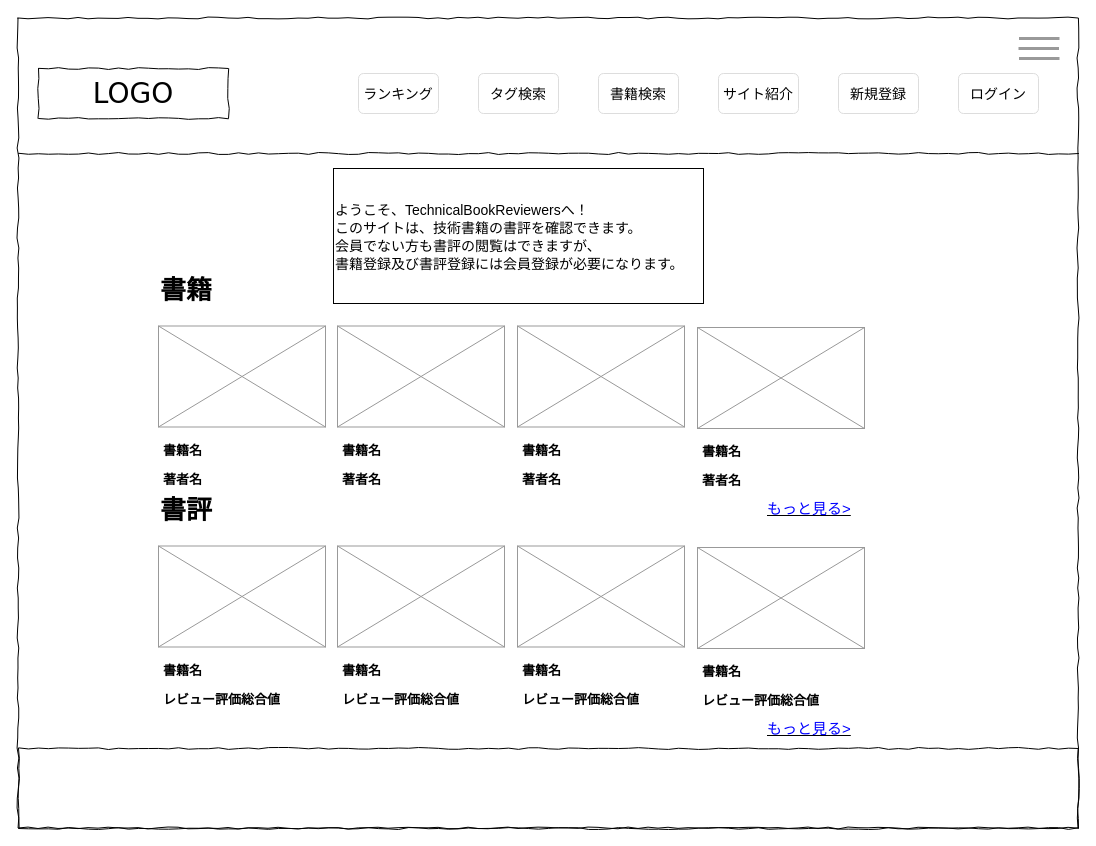
MitsuruYako/TechnicalBookReviewers keeps this draw.io diagram as page "トップページ" (1 of 21) of wire_TechnicalBookReviewers_user.drawio. Above is the earlier version. Source tidied: cells renumbered, new cells numbered last; positions are measured from the earlier drawing's top-left corner, leaving out a move shared by most shapes. Both pictures are drawn from the tidied source at 100%, with x=0, y=0 at pixel (18, 18).
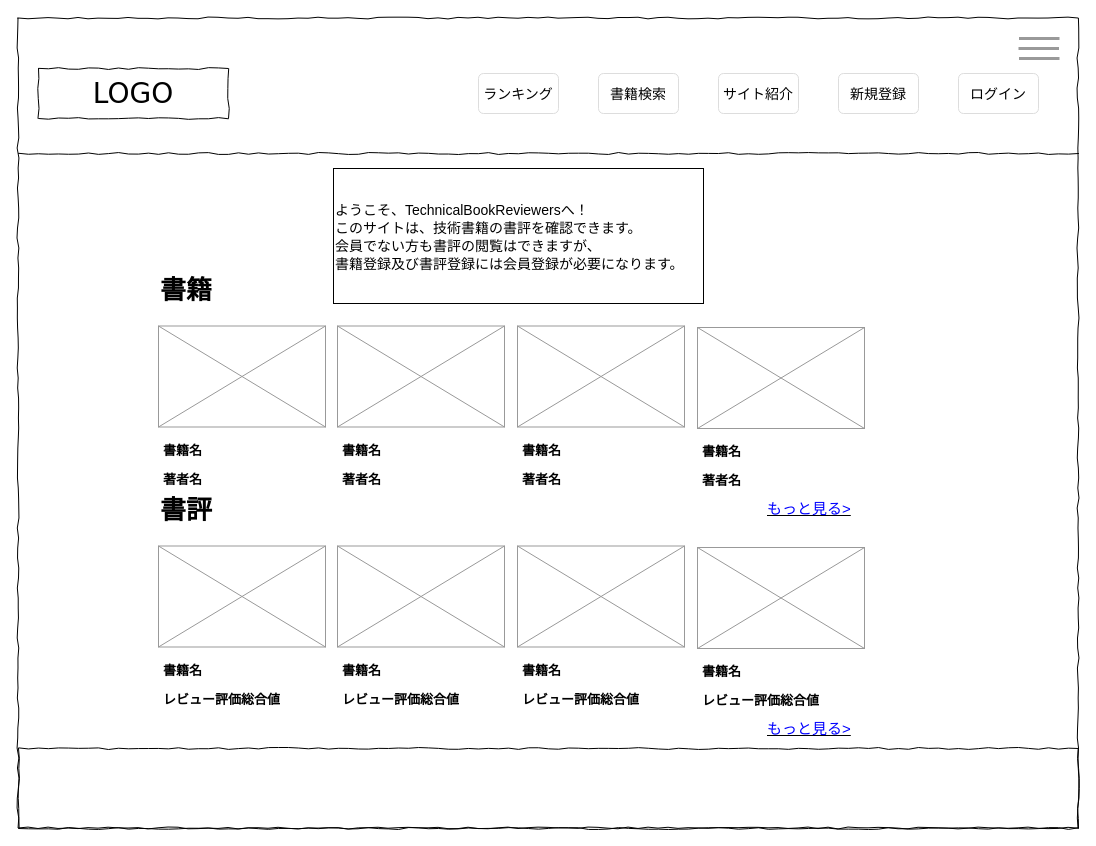
Above is the later version.

Change to the diagram source:
```diff
@@
-    <mxCell id="17" value="&lt;span style=&quot;font-size: 14px&quot;&gt;タグ検索&lt;/span&gt;" style="html=1;shadow=0;dashed=0;shape=mxgraph.bootstrap.rrect;rSize=5;strokeColor=#dddddd;align=center;fontSize=16;whiteSpace=wrap;fillColor=#FFFFFF;" parent="1" vertex="1">
+    <mxCell id="17" value="&lt;span style=&quot;font-size: 14px&quot;&gt;ランキング&lt;/span&gt;" style="html=1;shadow=0;dashed=0;shape=mxgraph.bootstrap.rrect;rSize=5;strokeColor=#dddddd;align=center;fontSize=16;whiteSpace=wrap;fillColor=#FFFFFF;" parent="1" vertex="1">
       <mxGeometry x="460" y="55" width="80" height="40" as="geometry" />
     </mxCell>
-    <mxCell id="18" value="&lt;span style=&quot;font-size: 14px&quot;&gt;ランキング&lt;/span&gt;" style="html=1;shadow=0;dashed=0;shape=mxgraph.bootstrap.rrect;rSize=5;strokeColor=#dddddd;align=center;fontSize=16;whiteSpace=wrap;fillColor=#FFFFFF;" parent="1" vertex="1">
-      <mxGeometry x="340" y="55" width="80" height="40" as="geometry" />
-    </mxCell>
```
